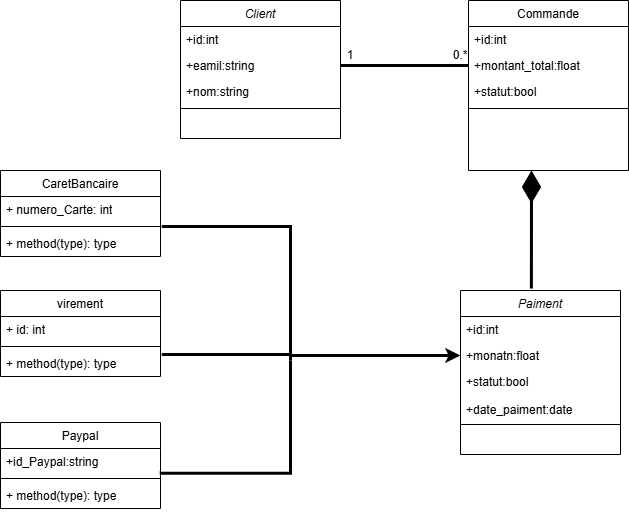
This is Diagramme de classe.drawio.png from AyoubKhaoua/-Syst-me-de-Paiement-Orient-Objet, a draw.io export, as it was before one commit. Source tidied: cells renumbered, new cells last; positions are measured from the earlier drawing's top-left corner, leaving out a move shared by most shapes.
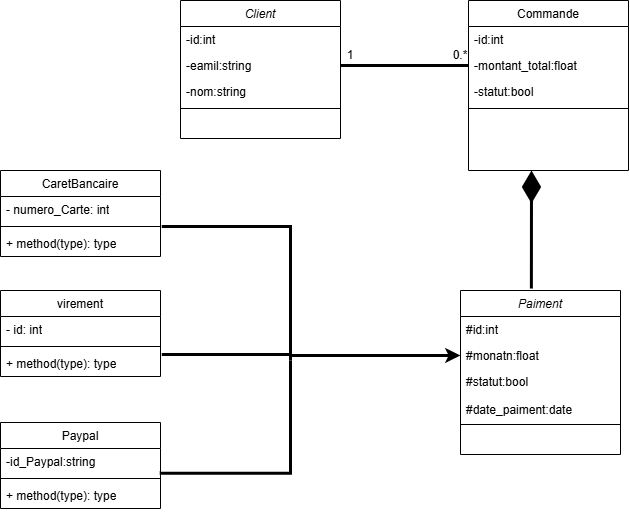
The same diagram one commit later.

Commit message:
Mettre à jour Diagramme de classe.drawio.png

What changed in the source:
```diff
@@ -5,13 +5,13 @@
     <mxCell id="2" value="Client" style="swimlane;fontStyle=2;align=center;verticalAlign=top;horizontal=1;startSize=26;rounded=0;shadow=0;strokeWidth=1;" parent="1" vertex="1">
       <mxGeometry x="180" width="160" height="138" as="geometry" />
     </mxCell>
-    <mxCell id="3" value="+id:int" style="text;align=left;verticalAlign=top;spacingLeft=4;spacingRight=4;overflow=hidden;" parent="2" vertex="1">
+    <mxCell id="3" value="-id:int" style="text;align=left;verticalAlign=top;spacingLeft=4;spacingRight=4;overflow=hidden;" parent="2" vertex="1">
       <mxGeometry y="26" width="160" height="26" as="geometry" />
     </mxCell>
-    <mxCell id="4" value="+eamil:string" style="text;align=left;verticalAlign=top;spacingLeft=4;spacingRight=4;overflow=hidden;points=[[0,0.5],[1,0.5]];portConstraint=eastwest;rounded=0;shadow=0;html=0;" parent="2" vertex="1">
+    <mxCell id="4" value="-eamil:string" style="text;align=left;verticalAlign=top;spacingLeft=4;spacingRight=4;overflow=hidden;points=[[0,0.5],[1,0.5]];portConstraint=eastwest;rounded=0;shadow=0;html=0;" parent="2" vertex="1">
       <mxGeometry y="52" width="160" height="26" as="geometry" />
     </mxCell>
-    <mxCell id="5" value="+nom:string" style="text;align=left;verticalAlign=top;spacingLeft=4;spacingRight=4;overflow=hidden;rounded=0;shadow=0;html=0;" parent="2" vertex="1">
+    <mxCell id="5" value="-nom:string" style="text;align=left;verticalAlign=top;spacingLeft=4;spacingRight=4;overflow=hidden;rounded=0;shadow=0;html=0;" parent="2" vertex="1">
       <mxGeometry y="78" width="160" height="26" as="geometry" />
     </mxCell>
     <mxCell id="6" style="line;html=1;strokeWidth=1;align=left;verticalAlign=middle;spacingTop=-1;spacingLeft=3;spacingRight=3;labelPosition=right;" parent="2" vertex="1">
@@ -20,13 +20,13 @@
     <mxCell id="7" value="Commande" style="swimlane;fontStyle=0;align=center;verticalAlign=top;horizontal=1;startSize=26;rounded=0;shadow=0;strokeWidth=1;" parent="1" vertex="1">
       <mxGeometry x="468" width="160" height="170" as="geometry" />
     </mxCell>
-    <mxCell id="8" value="+id:int" style="text;align=left;verticalAlign=top;spacingLeft=4;spacingRight=4;overflow=hidden;" parent="7" vertex="1">
+    <mxCell id="8" value="-id:int" style="text;align=left;verticalAlign=top;spacingLeft=4;spacingRight=4;overflow=hidden;" parent="7" vertex="1">
       <mxGeometry y="26" width="160" height="26" as="geometry" />
     </mxCell>
-    <mxCell id="9" value="+montant_total:float" style="text;align=left;verticalAlign=top;spacingLeft=4;spacingRight=4;overflow=hidden;points=[[0,0.5],[1,0.5]];portConstraint=eastwest;rounded=0;shadow=0;html=0;" parent="7" vertex="1">
+    <mxCell id="9" value="-montant_total:float" style="text;align=left;verticalAlign=top;spacingLeft=4;spacingRight=4;overflow=hidden;points=[[0,0.5],[1,0.5]];portConstraint=eastwest;rounded=0;shadow=0;html=0;" parent="7" vertex="1">
       <mxGeometry y="52" width="160" height="26" as="geometry" />
     </mxCell>
-    <mxCell id="10" value="+statut:bool" style="text;align=left;verticalAlign=top;spacingLeft=4;spacingRight=4;overflow=hidden;rounded=0;shadow=0;html=0;" parent="7" vertex="1">
+    <mxCell id="10" value="-statut:bool" style="text;align=left;verticalAlign=top;spacingLeft=4;spacingRight=4;overflow=hidden;rounded=0;shadow=0;html=0;" parent="7" vertex="1">
       <mxGeometry y="78" width="160" height="26" as="geometry" />
     </mxCell>
     <mxCell id="11" style="line;html=1;strokeWidth=1;align=left;verticalAlign=middle;spacingTop=-1;spacingLeft=3;spacingRight=3;labelPosition=right;" parent="7" vertex="1">
@@ -35,13 +35,13 @@
     <mxCell id="12" value="Paiment" style="swimlane;fontStyle=2;align=center;verticalAlign=top;horizontal=1;startSize=26;rounded=0;shadow=0;strokeWidth=1;" parent="1" vertex="1">
       <mxGeometry x="460" y="290" width="160" height="164" as="geometry" />
     </mxCell>
-    <mxCell id="13" value="+id:int" style="text;align=left;verticalAlign=top;spacingLeft=4;spacingRight=4;overflow=hidden;" parent="12" vertex="1">
+    <mxCell id="13" value="#id:int" style="text;align=left;verticalAlign=top;spacingLeft=4;spacingRight=4;overflow=hidden;" parent="12" vertex="1">
       <mxGeometry y="26" width="160" height="26" as="geometry" />
     </mxCell>
-    <mxCell id="14" value="+monatn:float" style="text;align=left;verticalAlign=top;spacingLeft=4;spacingRight=4;overflow=hidden;points=[[0,0.5],[1,0.5]];portConstraint=eastwest;rounded=0;shadow=0;html=0;" parent="12" vertex="1">
+    <mxCell id="14" value="#monatn:float" style="text;align=left;verticalAlign=top;spacingLeft=4;spacingRight=4;overflow=hidden;points=[[0,0.5],[1,0.5]];portConstraint=eastwest;rounded=0;shadow=0;html=0;" parent="12" vertex="1">
       <mxGeometry y="52" width="160" height="26" as="geometry" />
     </mxCell>
-    <mxCell id="15" value="+statut:bool&#10;&#10;+date_paiment:date" style="text;align=left;verticalAlign=top;spacingLeft=4;spacingRight=4;overflow=hidden;rounded=0;shadow=0;html=0;" parent="12" vertex="1">
+    <mxCell id="15" value="#statut:bool&#10;&#10;#date_paiment:date" style="text;align=left;verticalAlign=top;spacingLeft=4;spacingRight=4;overflow=hidden;rounded=0;shadow=0;html=0;" parent="12" vertex="1">
       <mxGeometry y="78" width="160" height="52" as="geometry" />
     </mxCell>
     <mxCell id="16" style="line;html=1;strokeWidth=1;align=left;verticalAlign=middle;spacingTop=-1;spacingLeft=3;spacingRight=3;labelPosition=right;" parent="12" vertex="1">
@@ -69,7 +69,7 @@
     <mxCell id="22" value="&lt;span style=&quot;font-weight: 400; text-align: left; text-wrap-mode: nowrap;&quot;&gt;virement&lt;/span&gt;&lt;div&gt;&lt;span style=&quot;font-weight: 400; text-align: left; text-wrap-mode: nowrap;&quot;&gt;&lt;br&gt;&lt;/span&gt;&lt;/div&gt;&lt;div&gt;&lt;span style=&quot;font-weight: 400; text-align: left; text-wrap-mode: nowrap;&quot;&gt;&lt;br&gt;&lt;/span&gt;&lt;/div&gt;" style="swimlane;fontStyle=1;align=center;verticalAlign=top;horizontal=1;startSize=26;whiteSpace=wrap;html=1;" parent="1" vertex="1">
       <mxGeometry y="290" width="160" height="86" as="geometry" />
     </mxCell>
-    <mxCell id="23" value="+ id: int" style="text;strokeColor=none;fillColor=none;align=left;verticalAlign=top;spacingLeft=4;spacingRight=4;overflow=hidden;whiteSpace=wrap;html=1;" parent="22" vertex="1">
+    <mxCell id="23" value="- id: int" style="text;strokeColor=none;fillColor=none;align=left;verticalAlign=top;spacingLeft=4;spacingRight=4;overflow=hidden;whiteSpace=wrap;html=1;" parent="22" vertex="1">
       <mxGeometry y="26" width="160" height="26" as="geometry" />
     </mxCell>
     <mxCell id="24" style="line;strokeWidth=1;fillColor=none;align=left;verticalAlign=middle;spacingTop=-1;spacingLeft=3;spacingRight=3;labelPosition=right;strokeColor=inherit;" parent="22" vertex="1">
@@ -81,7 +81,7 @@
     <mxCell id="26" value="&lt;span style=&quot;font-weight: 400; text-align: left; text-wrap-mode: nowrap;&quot;&gt;Paypal&lt;/span&gt;&lt;div&gt;&lt;span style=&quot;font-weight: 400; text-align: left; text-wrap-mode: nowrap;&quot;&gt;&lt;br&gt;&lt;/span&gt;&lt;/div&gt;" style="swimlane;fontStyle=1;align=center;verticalAlign=top;horizontal=1;startSize=26;whiteSpace=wrap;html=1;" parent="1" vertex="1">
       <mxGeometry y="422" width="160" height="86" as="geometry" />
     </mxCell>
-    <mxCell id="27" value="+id_Paypal:string&lt;div&gt;&lt;br&gt;&lt;/div&gt;" style="text;strokeColor=none;fillColor=none;align=left;verticalAlign=top;spacingLeft=4;spacingRight=4;overflow=hidden;points=[[0,0.5],[1,0.5]];portConstraint=eastwest;whiteSpace=wrap;html=1;" parent="26" vertex="1">
+    <mxCell id="27" value="-id_Paypal:string&lt;div&gt;&lt;br&gt;&lt;/div&gt;" style="text;strokeColor=none;fillColor=none;align=left;verticalAlign=top;spacingLeft=4;spacingRight=4;overflow=hidden;points=[[0,0.5],[1,0.5]];portConstraint=eastwest;whiteSpace=wrap;html=1;" parent="26" vertex="1">
       <mxGeometry y="26" width="160" height="26" as="geometry" />
     </mxCell>
     <mxCell id="28" style="line;strokeWidth=1;fillColor=none;align=left;verticalAlign=middle;spacingTop=-1;spacingLeft=3;spacingRight=3;labelPosition=right;strokeColor=inherit;" parent="26" vertex="1">
@@ -93,7 +93,7 @@
     <mxCell id="30" value="&lt;span style=&quot;font-weight: 400; text-align: left; text-wrap-mode: nowrap;&quot;&gt;CaretBancaire&lt;/span&gt;" style="swimlane;fontStyle=1;align=center;verticalAlign=top;horizontal=1;startSize=26;whiteSpace=wrap;html=1;" parent="1" vertex="1">
       <mxGeometry y="170" width="160" height="86" as="geometry" />
     </mxCell>
-    <mxCell id="31" value="+ numero_Carte: int&lt;div&gt;&lt;br&gt;&lt;/div&gt;" style="text;strokeColor=none;fillColor=none;align=left;verticalAlign=top;spacingLeft=4;spacingRight=4;overflow=hidden;points=[[0,0.5],[1,0.5]];portConstraint=eastwest;whiteSpace=wrap;html=1;" parent="30" vertex="1">
+    <mxCell id="31" value="- numero_Carte: int&lt;div&gt;&lt;br&gt;&lt;/div&gt;" style="text;strokeColor=none;fillColor=none;align=left;verticalAlign=top;spacingLeft=4;spacingRight=4;overflow=hidden;points=[[0,0.5],[1,0.5]];portConstraint=eastwest;whiteSpace=wrap;html=1;" parent="30" vertex="1">
       <mxGeometry y="26" width="160" height="26" as="geometry" />
     </mxCell>
     <mxCell id="32" style="line;strokeWidth=1;fillColor=none;align=left;verticalAlign=middle;spacingTop=-1;spacingLeft=3;spacingRight=3;labelPosition=right;strokeColor=inherit;" parent="30" vertex="1">
```
